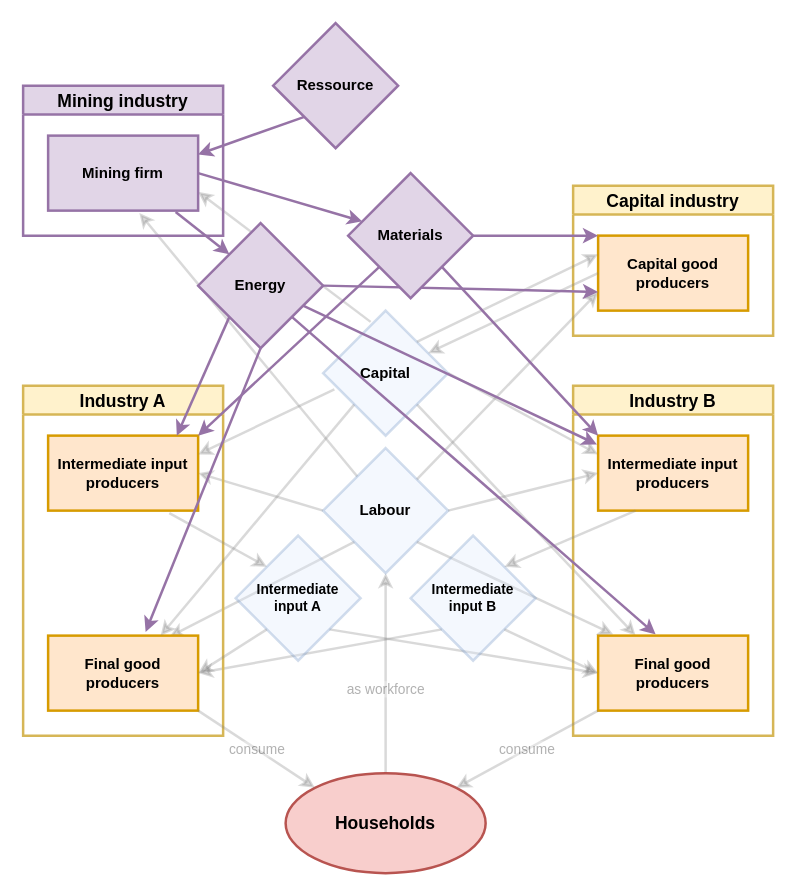
This is Economy_Industries_inclEnergy.drawio from zauster/draw.io, a draw.io file, before an edit. Source tidied: cells renumbered, new cells numbered last; positions are measured from the earlier drawing's top-left corner, leaving out a move shared by most shapes. Both pictures are drawn from the tidied source at 125%, with x=0, y=0 at pixel (22, 22).
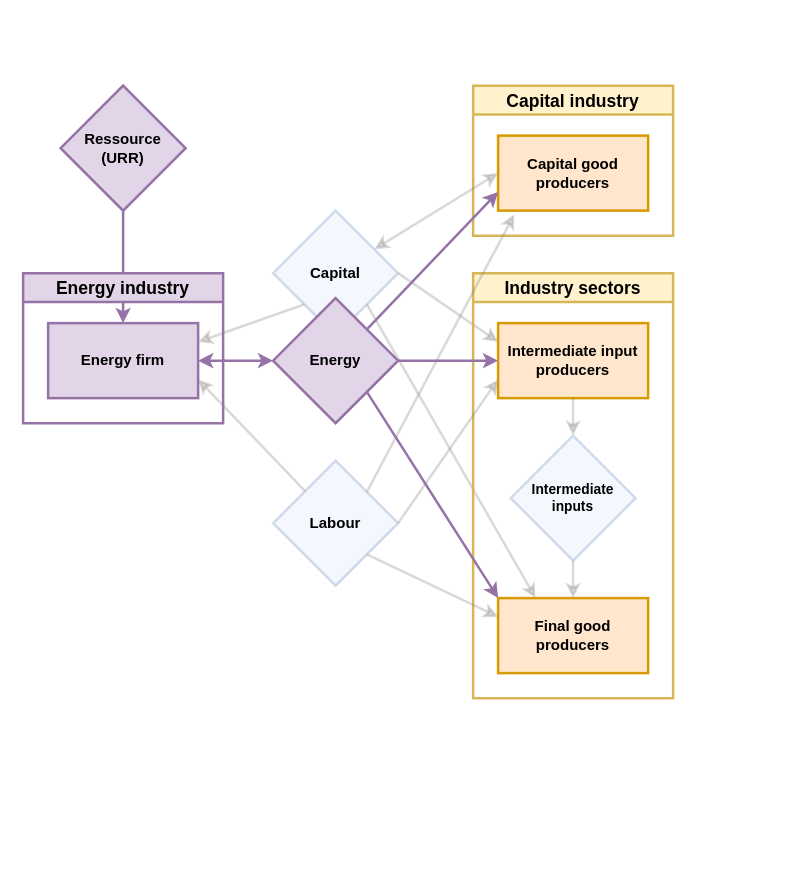
The same page after the edit.

The change refers to these unchanged cells:
```xml
<mxCell id="14" value="&lt;b&gt;Intermediate input producers&lt;/b&gt;" style="rounded=0;whiteSpace=wrap;html=1;fillColor=#ffe6cc;strokeColor=#d79b00;strokeWidth=2;" parent="13" vertex="1">
  <mxGeometry x="20" y="40" width="120" height="60" as="geometry" />
</mxCell>
<mxCell id="33" value="&lt;b&gt;Capital good producers&lt;/b&gt;" style="rounded=0;whiteSpace=wrap;html=1;fillColor=#ffe6cc;strokeColor=#d79b00;strokeWidth=2;" parent="32" vertex="1">
  <mxGeometry x="20" y="40" width="120" height="60" as="geometry" />
</mxCell>
```

What changed in the source:
```diff
@@
-    <mxCell id="2" style="endArrow=classic;html=1;rounded=0;labelBackgroundColor=default;fontFamily=Helvetica;fontSize=11;fontColor=default;strokeColor=#808080;strokeWidth=2;exitX=0;exitY=1;exitDx=0;exitDy=0;entryX=0.808;entryY=0.017;entryDx=0;entryDy=0;entryPerimeter=0;opacity=30;" parent="1" edge="1" source="23" target="12">
-      <mxGeometry relative="1" as="geometry" />
-    </mxCell>
-    <mxCell id="3" style="endArrow=classic;html=1;rounded=0;labelBackgroundColor=default;fontFamily=Helvetica;fontSize=11;fontColor=default;strokeColor=#808080;strokeWidth=2;entryX=0.608;entryY=1.033;entryDx=0;entryDy=0;entryPerimeter=0;opacity=30;" parent="1" edge="1" source="23" target="38">
+    <mxCell id="3" style="endArrow=classic;html=1;rounded=0;labelBackgroundColor=default;fontFamily=Helvetica;fontSize=11;fontColor=default;strokeColor=#808080;strokeWidth=2;entryX=1;entryY=0.75;entryDx=0;entryDy=0;opacity=30;" parent="1" edge="1" source="23" target="38">
       <mxGeometry relative="1" as="geometry" />
     </mxCell>
-    <mxCell id="4" style="endArrow=classic;html=1;rounded=0;labelBackgroundColor=default;fontFamily=Helvetica;fontSize=11;fontColor=default;strokeColor=#808080;strokeWidth=2;exitX=0.38;exitY=0.09;exitDx=0;exitDy=0;entryX=1;entryY=0.75;entryDx=0;entryDy=0;opacity=30;exitPerimeter=0;" parent="1" edge="1" source="22" target="38">
+    <mxCell id="4" style="endArrow=classic;html=1;rounded=0;labelBackgroundColor=default;fontFamily=Helvetica;fontSize=11;fontColor=default;strokeColor=#808080;strokeWidth=2;exitX=0;exitY=1;exitDx=0;exitDy=0;entryX=1;entryY=0.25;entryDx=0;entryDy=0;opacity=30;" parent="1" edge="1" source="22" target="38">
       <mxGeometry relative="1" as="geometry" />
     </mxCell>
-    <mxCell id="5" style="endArrow=classic;html=1;rounded=0;labelBackgroundColor=default;fontFamily=Helvetica;fontSize=11;fontColor=default;strokeColor=#808080;strokeWidth=2;exitX=0;exitY=1;exitDx=0;exitDy=0;entryX=1;entryY=0.5;entryDx=0;entryDy=0;opacity=30;" parent="1" edge="1" source="27" target="12">
-      <mxGeometry relative="1" as="geometry" />
-    </mxCell>
-    <mxCell id="6" style="endArrow=classic;html=1;rounded=0;labelBackgroundColor=default;fontFamily=Helvetica;fontSize=11;fontColor=default;strokeColor=#808080;strokeWidth=2;exitX=1;exitY=1;exitDx=0;exitDy=0;entryX=0;entryY=0.5;entryDx=0;entryDy=0;opacity=30;" parent="1" edge="1" source="26" target="15">
-      <mxGeometry relative="1" as="geometry" />
-    </mxCell>
@@
-    <mxCell id="9" style="endArrow=classic;html=1;rounded=0;labelBackgroundColor=default;fontFamily=Helvetica;fontSize=11;fontColor=default;strokeColor=#808080;strokeWidth=2;exitX=0;exitY=0.5;exitDx=0;exitDy=0;entryX=1;entryY=0.5;entryDx=0;entryDy=0;opacity=30;" parent="1" edge="1" source="23" target="11">
-      <mxGeometry relative="1" as="geometry" />
-    </mxCell>
-    <mxCell id="10" value="Industry A" style="swimlane;fillColor=#fff2cc;strokeColor=#d6b656;strokeWidth=2;fontSize=14;" parent="1" vertex="1">
-      <mxGeometry y="290" width="160" height="280" as="geometry" />
-    </mxCell>
-    <mxCell id="11" value="&lt;b&gt;Intermediate input producers&lt;/b&gt;" style="rounded=0;whiteSpace=wrap;html=1;fillColor=#ffe6cc;strokeColor=#d79b00;strokeWidth=2;" parent="10" vertex="1">
-      <mxGeometry x="20" y="40" width="120" height="60" as="geometry" />
-    </mxCell>
-    <mxCell id="12" value="&lt;div&gt;&lt;b&gt;Final good &lt;br&gt;&lt;/b&gt;&lt;/div&gt;&lt;div&gt;&lt;b&gt;producers&lt;/b&gt;&lt;/div&gt;" style="rounded=0;whiteSpace=wrap;html=1;fillColor=#ffe6cc;strokeColor=#d79b00;strokeWidth=2;" parent="10" vertex="1">
-      <mxGeometry x="20" y="200" width="120" height="60" as="geometry" />
-    </mxCell>
-    <mxCell id="13" value="Industry B" style="swimlane;fillColor=#fff2cc;strokeColor=#d6b656;strokeWidth=2;fontSize=14;" parent="1" vertex="1">
-      <mxGeometry x="440" y="290" width="160" height="280" as="geometry" />
+    <mxCell id="13" value="Industry sectors" style="swimlane;fillColor=#fff2cc;strokeColor=#d6b656;strokeWidth=2;fontSize=14;" parent="1" vertex="1">
+      <mxGeometry x="360" y="200" width="160" height="340" as="geometry" />
     </mxCell>
@@
     <mxCell id="15" value="&lt;div&gt;&lt;b&gt;Final good &lt;br&gt;&lt;/b&gt;&lt;/div&gt;&lt;div&gt;&lt;b&gt;producers&lt;/b&gt;&lt;/div&gt;" style="rounded=0;whiteSpace=wrap;html=1;fillColor=#ffe6cc;strokeColor=#d79b00;strokeWidth=2;" parent="13" vertex="1">
-      <mxGeometry x="20" y="200" width="120" height="60" as="geometry" />
+      <mxGeometry x="20" y="260" width="120" height="60" as="geometry" />
     </mxCell>
-    <mxCell id="16" value="&lt;font style=&quot;font-size: 11px;&quot;&gt;as workforce&lt;/font&gt;" style="edgeStyle=orthogonalEdgeStyle;rounded=0;jettySize=auto;html=1;entryX=0.5;entryY=1;entryDx=0;entryDy=0;fontSize=11;strokeWidth=2;strokeColor=#808080;verticalAlign=top;opacity=30;textOpacity=30;" parent="1" edge="1" source="17" target="23">
-      <mxGeometry relative="1" as="geometry" />
-    </mxCell>
-    <mxCell id="17" value="&lt;font size=&quot;1&quot;&gt;&lt;b style=&quot;font-size: 14px&quot;&gt;Households&lt;/b&gt;&lt;/font&gt;" style="ellipse;whiteSpace=wrap;html=1;fillColor=#f8cecc;strokeColor=#b85450;strokeWidth=2;" parent="1" vertex="1">
-      <mxGeometry x="210" y="600" width="160" height="80" as="geometry" />
-    </mxCell>
-    <mxCell id="18" value="consume" style="endArrow=classic;html=1;rounded=0;labelBackgroundColor=default;fontFamily=Helvetica;fontSize=11;fontColor=default;strokeColor=#808080;strokeWidth=2;exitX=1;exitY=1;exitDx=0;exitDy=0;entryX=0;entryY=0;entryDx=0;entryDy=0;opacity=30;textOpacity=30;" parent="1" edge="1" source="12" target="17">
-      <mxGeometry relative="1" as="geometry" />
-    </mxCell>
-    <mxCell id="19" value="consume" style="endArrow=classic;html=1;rounded=0;labelBackgroundColor=default;fontFamily=Helvetica;fontSize=11;fontColor=default;strokeColor=#808080;strokeWidth=2;exitX=0;exitY=1;exitDx=0;exitDy=0;entryX=1;entryY=0;entryDx=0;entryDy=0;textOpacity=30;opacity=30;" parent="1" edge="1" source="15" target="17">
-      <mxGeometry relative="1" as="geometry" />
-    </mxCell>
-    <mxCell id="20" style="endArrow=classic;html=1;rounded=0;labelBackgroundColor=default;fontFamily=Helvetica;fontSize=11;fontColor=default;strokeColor=#808080;strokeWidth=2;exitX=0.09;exitY=0.63;exitDx=0;exitDy=0;entryX=1;entryY=0.25;entryDx=0;entryDy=0;opacity=30;exitPerimeter=0;" parent="1" edge="1" source="22" target="11">
-      <mxGeometry relative="1" as="geometry" />
-    </mxCell>
-    <mxCell id="21" style="endArrow=classic;html=1;rounded=0;labelBackgroundColor=default;fontFamily=Helvetica;fontSize=11;fontColor=default;strokeColor=#808080;strokeWidth=2;exitX=0;exitY=1;exitDx=0;exitDy=0;entryX=0.75;entryY=0;entryDx=0;entryDy=0;opacity=30;" parent="1" edge="1" source="22" target="12">
-      <mxGeometry relative="1" as="geometry" />
-    </mxCell>
+    <mxCell id="27" value="&lt;div&gt;&lt;b&gt;Intermediate &lt;br&gt;&lt;/b&gt;&lt;/div&gt;&lt;div&gt;&lt;b&gt;inputs&lt;br&gt;&lt;/b&gt;&lt;/div&gt;" style="rhombus;whiteSpace=wrap;html=1;fontFamily=Helvetica;fontSize=11;fillColor=#dae8fc;strokeColor=#6c8ebf;strokeWidth=2;opacity=30;" parent="13" vertex="1">
+      <mxGeometry x="30" y="130" width="100" height="100" as="geometry" />
+    </mxCell>
+    <mxCell id="30" style="endArrow=classic;html=1;rounded=0;labelBackgroundColor=default;fontFamily=Helvetica;fontSize=11;fontColor=default;strokeColor=#808080;strokeWidth=2;exitX=0.5;exitY=1;exitDx=0;exitDy=0;entryX=0.5;entryY=0;entryDx=0;entryDy=0;opacity=30;" parent="13" edge="1" source="27" target="15">
+      <mxGeometry relative="1" as="geometry" />
+    </mxCell>
+    <mxCell id="31" style="endArrow=classic;html=1;rounded=0;labelBackgroundColor=default;fontFamily=Helvetica;fontSize=11;fontColor=default;strokeColor=#808080;strokeWidth=2;exitX=0.5;exitY=1;exitDx=0;exitDy=0;entryX=0.5;entryY=0;entryDx=0;entryDy=0;opacity=30;" parent="13" edge="1" source="14" target="27">
+      <mxGeometry relative="1" as="geometry" />
+    </mxCell>
     <mxCell id="22" value="&lt;b&gt;Capital&lt;/b&gt;" style="rhombus;whiteSpace=wrap;html=1;fillColor=#dae8fc;strokeColor=#6c8ebf;strokeWidth=2;opacity=30;" parent="1" vertex="1">
-      <mxGeometry x="240" y="230" width="100" height="100" as="geometry" />
+      <mxGeometry x="200" y="150" width="100" height="100" as="geometry" />
     </mxCell>
     <mxCell id="23" value="&lt;b&gt;Labour&lt;/b&gt;" style="rhombus;whiteSpace=wrap;html=1;fillColor=#dae8fc;strokeColor=#6c8ebf;strokeWidth=2;opacity=30;" parent="1" vertex="1">
-      <mxGeometry x="240" y="340" width="100" height="100" as="geometry" />
+      <mxGeometry x="200" y="350" width="100" height="100" as="geometry" />
     </mxCell>
-    <mxCell id="24" style="endArrow=classic;html=1;rounded=0;labelBackgroundColor=default;fontFamily=Helvetica;fontSize=11;fontColor=default;strokeColor=#808080;strokeWidth=2;exitX=1;exitY=0.5;exitDx=0;exitDy=0;entryX=0;entryY=0.5;entryDx=0;entryDy=0;opacity=30;" parent="1" edge="1" source="23" target="14">
+    <mxCell id="24" style="endArrow=classic;html=1;rounded=0;labelBackgroundColor=default;fontFamily=Helvetica;fontSize=11;fontColor=default;strokeColor=#808080;strokeWidth=2;exitX=1;exitY=0.5;exitDx=0;exitDy=0;entryX=0;entryY=0.75;entryDx=0;entryDy=0;opacity=30;" parent="1" edge="1" source="23" target="14">
       <mxGeometry relative="1" as="geometry" />
     </mxCell>
-    <mxCell id="25" style="endArrow=classic;html=1;rounded=0;labelBackgroundColor=default;fontFamily=Helvetica;fontSize=11;fontColor=default;strokeColor=#808080;strokeWidth=2;exitX=1;exitY=1;exitDx=0;exitDy=0;entryX=0.1;entryY=-0.017;entryDx=0;entryDy=0;entryPerimeter=0;opacity=30;" parent="1" edge="1" source="23" target="15">
+    <mxCell id="25" style="endArrow=classic;html=1;rounded=0;labelBackgroundColor=default;fontFamily=Helvetica;fontSize=11;fontColor=default;strokeColor=#808080;strokeWidth=2;exitX=1;exitY=1;exitDx=0;exitDy=0;entryX=0;entryY=0.25;entryDx=0;entryDy=0;opacity=30;" parent="1" edge="1" source="23" target="15">
       <mxGeometry relative="1" as="geometry" />
     </mxCell>
-    <mxCell id="26" value="&lt;div&gt;&lt;b&gt;Intermediate &lt;br&gt;&lt;/b&gt;&lt;/div&gt;&lt;div&gt;&lt;b&gt;input A&lt;/b&gt;&lt;/div&gt;" style="rhombus;whiteSpace=wrap;html=1;fontFamily=Helvetica;fontSize=11;fillColor=#dae8fc;strokeColor=#6c8ebf;strokeWidth=2;opacity=30;" parent="1" vertex="1">
-      <mxGeometry x="170" y="410" width="100" height="100" as="geometry" />
-    </mxCell>
-    <mxCell id="27" value="&lt;div&gt;&lt;b&gt;Intermediate &lt;br&gt;&lt;/b&gt;&lt;/div&gt;&lt;div&gt;&lt;b&gt;input B&lt;/b&gt;&lt;/div&gt;" style="rhombus;whiteSpace=wrap;html=1;fontFamily=Helvetica;fontSize=11;fillColor=#dae8fc;strokeColor=#6c8ebf;strokeWidth=2;opacity=30;" parent="1" vertex="1">
-      <mxGeometry x="310" y="410" width="100" height="100" as="geometry" />
-    </mxCell>
-    <mxCell id="28" style="endArrow=classic;html=1;rounded=0;labelBackgroundColor=default;fontFamily=Helvetica;fontSize=11;fontColor=default;strokeColor=#808080;strokeWidth=2;exitX=0.808;exitY=1.033;exitDx=0;exitDy=0;exitPerimeter=0;entryX=0;entryY=0;entryDx=0;entryDy=0;opacity=30;" parent="1" edge="1" source="11" target="26">
-      <mxGeometry relative="1" as="geometry" />
-    </mxCell>
-    <mxCell id="29" style="endArrow=classic;html=1;rounded=0;labelBackgroundColor=default;fontFamily=Helvetica;fontSize=11;fontColor=default;strokeColor=#808080;strokeWidth=2;exitX=0;exitY=1;exitDx=0;exitDy=0;entryX=1;entryY=0.5;entryDx=0;entryDy=0;opacity=30;" parent="1" edge="1" source="26" target="12">
-      <mxGeometry relative="1" as="geometry" />
-    </mxCell>
-    <mxCell id="30" style="endArrow=classic;html=1;rounded=0;labelBackgroundColor=default;fontFamily=Helvetica;fontSize=11;fontColor=default;strokeColor=#808080;strokeWidth=2;exitX=1;exitY=1;exitDx=0;exitDy=0;entryX=0;entryY=0.5;entryDx=0;entryDy=0;opacity=30;" parent="1" edge="1" source="27" target="15">
-      <mxGeometry relative="1" as="geometry" />
-    </mxCell>
-    <mxCell id="31" style="endArrow=classic;html=1;rounded=0;labelBackgroundColor=default;fontFamily=Helvetica;fontSize=11;fontColor=default;strokeColor=#808080;strokeWidth=2;exitX=0.25;exitY=1;exitDx=0;exitDy=0;entryX=1;entryY=0;entryDx=0;entryDy=0;opacity=30;" parent="1" edge="1" source="14" target="27">
-      <mxGeometry relative="1" as="geometry" />
-    </mxCell>
     <mxCell id="32" value="Capital industry" style="swimlane;fontFamily=Helvetica;fontSize=14;fillColor=#fff2cc;strokeColor=#d6b656;strokeWidth=2;" parent="1" vertex="1">
-      <mxGeometry x="440" y="130" width="160" height="120" as="geometry" />
+      <mxGeometry x="360" y="50" width="160" height="120" as="geometry" />
     </mxCell>
@@
-    <mxCell id="34" style="endArrow=classic;html=1;rounded=0;labelBackgroundColor=default;fontFamily=Helvetica;fontSize=11;fontColor=default;strokeColor=#808080;strokeWidth=2;exitX=1;exitY=0;exitDx=0;exitDy=0;entryX=0;entryY=0.25;entryDx=0;entryDy=0;opacity=30;" parent="1" edge="1" source="22" target="33">
-      <mxGeometry relative="1" as="geometry" />
-    </mxCell>
-    <mxCell id="35" style="endArrow=classic;html=1;rounded=0;labelBackgroundColor=default;fontFamily=Helvetica;fontSize=11;fontColor=default;strokeColor=#808080;strokeWidth=2;exitX=1;exitY=0;exitDx=0;exitDy=0;entryX=0;entryY=0.75;entryDx=0;entryDy=0;opacity=30;" parent="1" edge="1" source="23" target="33">
+    <mxCell id="35" style="endArrow=classic;html=1;rounded=0;labelBackgroundColor=default;fontFamily=Helvetica;fontSize=11;fontColor=default;strokeColor=#808080;strokeWidth=2;exitX=1;exitY=0;exitDx=0;exitDy=0;entryX=0.108;entryY=1.05;entryDx=0;entryDy=0;opacity=30;entryPerimeter=0;" parent="1" edge="1" source="23" target="33">
       <mxGeometry relative="1" as="geometry" />
     </mxCell>
-    <mxCell id="36" style="endArrow=classic;html=1;rounded=0;labelBackgroundColor=default;fontFamily=Helvetica;fontSize=11;fontColor=default;strokeColor=#808080;strokeWidth=2;exitX=0;exitY=0.5;exitDx=0;exitDy=0;opacity=30;" parent="1" edge="1" source="33" target="22">
+    <mxCell id="36" style="endArrow=classic;html=1;rounded=0;labelBackgroundColor=default;fontFamily=Helvetica;fontSize=11;fontColor=default;strokeColor=#808080;strokeWidth=2;exitX=0;exitY=0.5;exitDx=0;exitDy=0;opacity=30;startArrow=classic;startFill=1;" parent="1" edge="1" source="33" target="22">
       <mxGeometry relative="1" as="geometry" />
     </mxCell>
-    <mxCell id="37" value="Mining industry" style="swimlane;fontFamily=Helvetica;fontSize=14;fillColor=#e1d5e7;strokeColor=#9673a6;strokeWidth=2;" parent="1" vertex="1">
-      <mxGeometry y="50" width="160" height="120" as="geometry" />
-    </mxCell>
-    <mxCell id="38" value="Mining firm" style="rounded=0;whiteSpace=wrap;html=1;fillColor=#e1d5e7;strokeColor=#9673a6;strokeWidth=2;fontStyle=1;" parent="37" vertex="1">
-      <mxGeometry x="20" y="40" width="120" height="60" as="geometry" />
-    </mxCell>
-    <mxCell id="39" style="endArrow=classic;html=1;rounded=0;labelBackgroundColor=default;fontFamily=Helvetica;fontSize=11;fontColor=default;strokeColor=#9673a6;strokeWidth=2;fillColor=#e1d5e7;shape=connector;exitX=1;exitY=0.5;exitDx=0;exitDy=0;" parent="1" edge="1" source="38" target="52">
-      <mxGeometry relative="1" as="geometry" />
-    </mxCell>
-    <mxCell id="40" style="endArrow=classic;html=1;rounded=0;labelBackgroundColor=default;fontFamily=Helvetica;fontSize=11;fontColor=default;strokeColor=#9673a6;strokeWidth=2;fillColor=#e1d5e7;shape=connector;exitX=0.85;exitY=1.017;exitDx=0;exitDy=0;exitPerimeter=0;entryX=0;entryY=0;entryDx=0;entryDy=0;" parent="1" edge="1" source="38" target="51">
+    <mxCell id="40" style="endArrow=classic;html=1;rounded=0;labelBackgroundColor=default;fontFamily=Helvetica;fontSize=11;fontColor=default;strokeColor=#9673a6;strokeWidth=2;fillColor=#e1d5e7;shape=connector;exitX=1;exitY=0.5;exitDx=0;exitDy=0;entryX=0;entryY=0.5;entryDx=0;entryDy=0;startArrow=classic;startFill=1;" parent="1" edge="1" source="38" target="51">
       <mxGeometry relative="1" as="geometry" />
     </mxCell>
-    <mxCell id="41" value="Ressource" style="rhombus;whiteSpace=wrap;html=1;fillColor=#e1d5e7;strokeColor=#9673a6;strokeWidth=2;fontStyle=1;" parent="1" vertex="1">
-      <mxGeometry x="200" width="100" height="100" as="geometry" />
+    <mxCell id="41" value="&lt;div&gt;Ressource&lt;/div&gt;&lt;div&gt;(URR)&lt;br&gt;&lt;/div&gt;" style="rhombus;whiteSpace=wrap;html=1;fillColor=#e1d5e7;strokeColor=#9673a6;strokeWidth=2;fontStyle=1;" parent="1" vertex="1">
+      <mxGeometry x="30" y="50" width="100" height="100" as="geometry" />
     </mxCell>
-    <mxCell id="42" style="endArrow=classic;html=1;rounded=0;labelBackgroundColor=default;fontFamily=Helvetica;fontSize=11;fontColor=default;strokeColor=#9673a6;strokeWidth=2;fillColor=#e1d5e7;shape=connector;exitX=0;exitY=1;exitDx=0;exitDy=0;entryX=1;entryY=0.25;entryDx=0;entryDy=0;" parent="1" edge="1" source="41" target="38">
+    <mxCell id="42" style="endArrow=classic;html=1;rounded=0;labelBackgroundColor=default;fontFamily=Helvetica;fontSize=11;fontColor=default;strokeColor=#9673a6;strokeWidth=2;fillColor=#e1d5e7;shape=connector;exitX=0.5;exitY=1;exitDx=0;exitDy=0;entryX=0.5;entryY=0;entryDx=0;entryDy=0;" parent="1" edge="1" source="41" target="38">
       <mxGeometry relative="1" as="geometry" />
     </mxCell>
-    <mxCell id="43" style="edgeStyle=none;shape=connector;rounded=0;jettySize=auto;html=1;entryX=-0.008;entryY=0.117;entryDx=0;entryDy=0;entryPerimeter=0;labelBackgroundColor=default;fontFamily=Helvetica;fontSize=11;fontColor=default;endArrow=classic;strokeColor=#9673a6;strokeWidth=2;fillColor=#e1d5e7;endSize=6;startSize=6;" parent="1" edge="1" source="51" target="14">
+    <mxCell id="43" style="edgeStyle=none;shape=connector;rounded=0;jettySize=auto;html=1;entryX=0;entryY=0.5;entryDx=0;entryDy=0;labelBackgroundColor=default;fontFamily=Helvetica;fontSize=11;fontColor=default;endArrow=classic;strokeColor=#9673a6;strokeWidth=2;fillColor=#e1d5e7;endSize=6;startSize=6;" parent="1" edge="1" source="51" target="14">
       <mxGeometry relative="1" as="geometry" />
     </mxCell>
-    <mxCell id="44" style="edgeStyle=none;shape=connector;rounded=0;jettySize=auto;html=1;exitX=0.5;exitY=1;exitDx=0;exitDy=0;entryX=0.65;entryY=-0.05;entryDx=0;entryDy=0;entryPerimeter=0;labelBackgroundColor=default;fontFamily=Helvetica;fontSize=11;fontColor=default;endArrow=classic;strokeColor=#9673a6;strokeWidth=2;fillColor=#e1d5e7;" parent="1" edge="1" source="51" target="12">
-      <mxGeometry relative="1" as="geometry" />
-    </mxCell>
-    <mxCell id="45" style="edgeStyle=none;shape=connector;rounded=0;jettySize=auto;html=1;exitX=0;exitY=1;exitDx=0;exitDy=0;entryX=0.858;entryY=0;entryDx=0;entryDy=0;entryPerimeter=0;labelBackgroundColor=default;fontFamily=Helvetica;fontSize=11;fontColor=default;endArrow=classic;strokeColor=#9673a6;strokeWidth=2;fillColor=#e1d5e7;" parent="1" edge="1" source="51" target="11">
-      <mxGeometry relative="1" as="geometry" />
-    </mxCell>
-    <mxCell id="46" style="edgeStyle=none;shape=connector;rounded=0;jettySize=auto;html=1;exitX=1;exitY=1;exitDx=0;exitDy=0;entryX=0.383;entryY=-0.017;entryDx=0;entryDy=0;entryPerimeter=0;labelBackgroundColor=default;fontFamily=Helvetica;fontSize=11;fontColor=default;endArrow=classic;strokeColor=#9673a6;strokeWidth=2;fillColor=#e1d5e7;" parent="1" edge="1" source="51" target="15">
+    <mxCell id="46" style="edgeStyle=none;shape=connector;rounded=0;jettySize=auto;html=1;exitX=1;exitY=1;exitDx=0;exitDy=0;entryX=0;entryY=0;entryDx=0;entryDy=0;labelBackgroundColor=default;fontFamily=Helvetica;fontSize=11;fontColor=default;endArrow=classic;strokeColor=#9673a6;strokeWidth=2;fillColor=#e1d5e7;" parent="1" edge="1" source="51" target="15">
       <mxGeometry relative="1" as="geometry" />
     </mxCell>
-    <mxCell id="47" style="edgeStyle=none;shape=connector;rounded=0;jettySize=auto;html=1;exitX=1;exitY=0.5;exitDx=0;exitDy=0;entryX=0;entryY=0.75;entryDx=0;entryDy=0;labelBackgroundColor=default;fontFamily=Helvetica;fontSize=11;fontColor=default;endArrow=classic;strokeColor=#9673a6;strokeWidth=2;fillColor=#e1d5e7;" parent="1" edge="1" source="51" target="33">
+    <mxCell id="47" style="edgeStyle=none;shape=connector;rounded=0;jettySize=auto;html=1;exitX=1;exitY=0;exitDx=0;exitDy=0;entryX=0;entryY=0.75;entryDx=0;entryDy=0;labelBackgroundColor=default;fontFamily=Helvetica;fontSize=11;fontColor=default;endArrow=classic;strokeColor=#9673a6;strokeWidth=2;fillColor=#e1d5e7;" parent="1" edge="1" source="51" target="33">
       <mxGeometry relative="1" as="geometry" />
     </mxCell>
-    <mxCell id="48" style="rounded=0;jettySize=auto;html=1;exitX=0;exitY=1;exitDx=0;exitDy=0;entryX=1;entryY=0;entryDx=0;entryDy=0;strokeWidth=2;fillColor=#e1d5e7;strokeColor=#9673a6;" parent="1" edge="1" source="52" target="11">
-      <mxGeometry relative="1" as="geometry" />
-    </mxCell>
-    <mxCell id="49" style="edgeStyle=none;shape=connector;rounded=0;jettySize=auto;html=1;exitX=1;exitY=1;exitDx=0;exitDy=0;entryX=0;entryY=0;entryDx=0;entryDy=0;labelBackgroundColor=default;fontFamily=Helvetica;fontSize=11;fontColor=default;endArrow=classic;strokeColor=#9673a6;strokeWidth=2;fillColor=#e1d5e7;" parent="1" edge="1" source="52" target="14">
-      <mxGeometry relative="1" as="geometry" />
-    </mxCell>
-    <mxCell id="50" style="edgeStyle=none;shape=connector;rounded=0;jettySize=auto;html=1;exitX=1;exitY=0.5;exitDx=0;exitDy=0;entryX=0;entryY=0;entryDx=0;entryDy=0;labelBackgroundColor=default;fontFamily=Helvetica;fontSize=11;fontColor=default;endArrow=classic;strokeColor=#9673a6;strokeWidth=2;fillColor=#e1d5e7;" parent="1" edge="1" source="52" target="33">
-      <mxGeometry relative="1" as="geometry" />
-    </mxCell>
     <mxCell id="51" value="&lt;b&gt;Energy&lt;/b&gt;" style="rhombus;whiteSpace=wrap;html=1;fillColor=#e1d5e7;strokeColor=#9673a6;strokeWidth=2;" parent="1" vertex="1">
-      <mxGeometry x="140" y="160" width="100" height="100" as="geometry" />
+      <mxGeometry x="200" y="220" width="100" height="100" as="geometry" />
     </mxCell>
-    <mxCell id="52" value="&lt;b&gt;Materials&lt;/b&gt;" style="rhombus;whiteSpace=wrap;html=1;fillColor=#e1d5e7;strokeColor=#9673a6;strokeWidth=2;" parent="1" vertex="1">
-      <mxGeometry x="260" y="120" width="100" height="100" as="geometry" />
-    </mxCell>
+    <mxCell id="37" value="Energy industry" style="swimlane;fontFamily=Helvetica;fontSize=14;fillColor=#e1d5e7;strokeColor=#9673a6;strokeWidth=2;" parent="1" vertex="1">
+      <mxGeometry y="200" width="160" height="120" as="geometry" />
+    </mxCell>
+    <mxCell id="38" value="Energy firm" style="rounded=0;whiteSpace=wrap;html=1;fillColor=#e1d5e7;strokeColor=#9673a6;strokeWidth=2;fontStyle=1;" parent="37" vertex="1">
+      <mxGeometry x="20" y="40" width="120" height="60" as="geometry" />
+    </mxCell>
```
